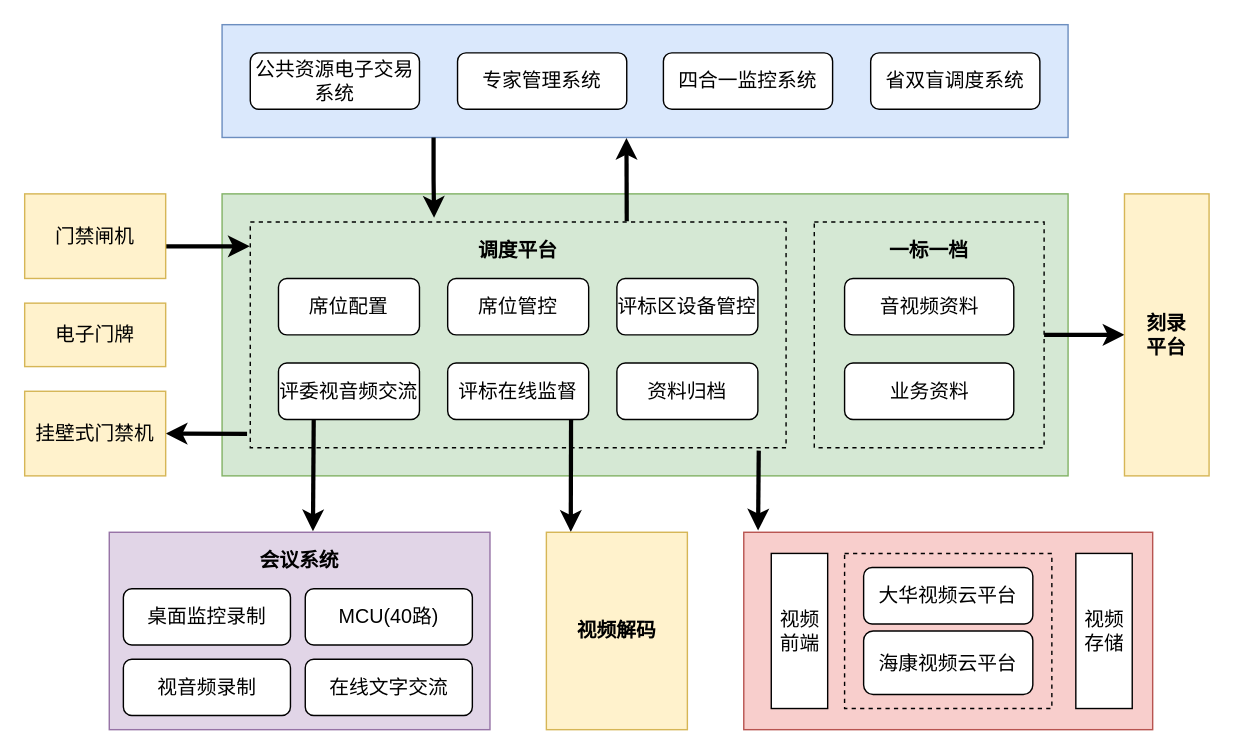
The draw.io diagram 调度系统架构图.drawio in JaceLu/Docs, before the edit. Source tidied: cells renumbered, new cells numbered last; positions are measured from the earlier drawing's top-left corner, leaving out a move shared by most shapes. Both pictures are drawn from the tidied source at 141%, with x=0, y=0 at pixel (24, 24).
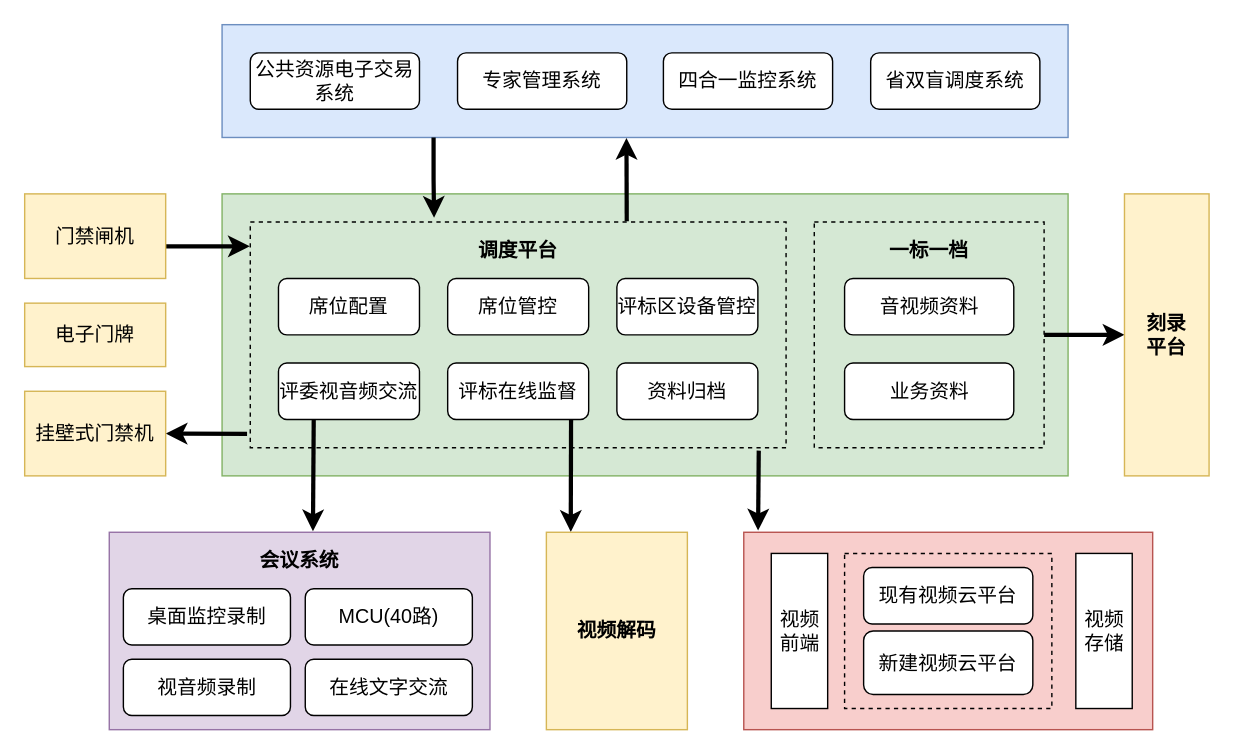
The same diagram, later.

Commit message:
更新调度系统架构图.drawio

What changed in the source:
```diff
@@
-    <mxCell id="28" value="&lt;span style=&quot;font-size: 14px;&quot;&gt;海康视频云平台&lt;/span&gt;" style="rounded=1;whiteSpace=wrap;html=1;fontFamily=Helvetica;" parent="1" vertex="1">
+    <mxCell id="28" value="&lt;span style=&quot;font-size: 14px;&quot;&gt;新建视频云平台&lt;/span&gt;" style="rounded=1;whiteSpace=wrap;html=1;fontFamily=Helvetica;" parent="1" vertex="1">
       <mxGeometry x="595" y="430" width="120" height="45" as="geometry" />
     </mxCell>
@@
-    <mxCell id="31" value="&lt;span style=&quot;font-size: 14px;&quot;&gt;大华视频云平台&lt;/span&gt;" style="rounded=1;whiteSpace=wrap;html=1;fontFamily=Helvetica;" parent="1" vertex="1">
+    <mxCell id="31" value="&lt;span style=&quot;font-size: 14px;&quot;&gt;现有视频云平台&lt;/span&gt;" style="rounded=1;whiteSpace=wrap;html=1;fontFamily=Helvetica;" parent="1" vertex="1">
       <mxGeometry x="595" y="385" width="120" height="40" as="geometry" />
     </mxCell>
```
